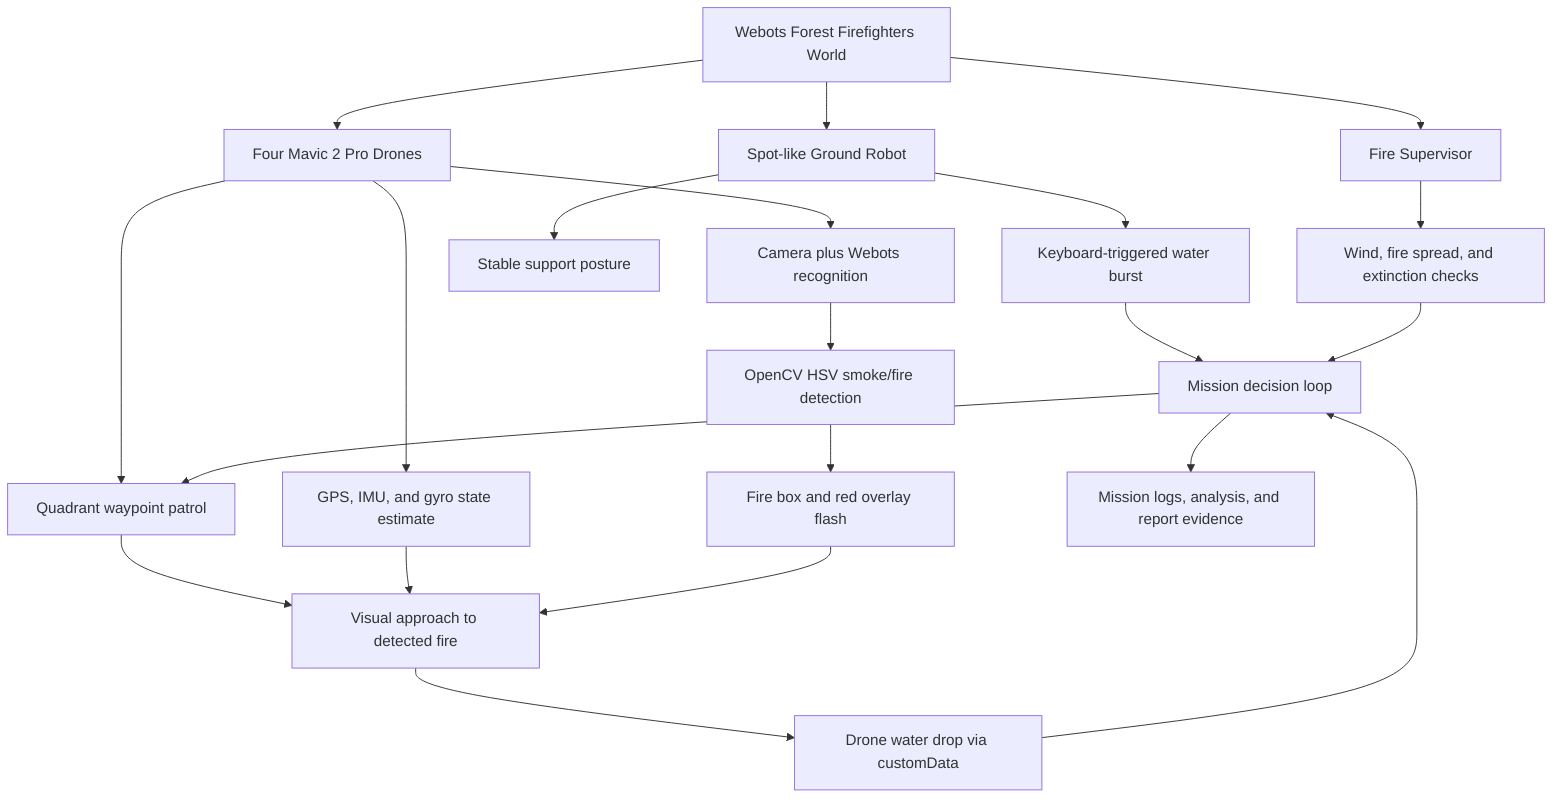
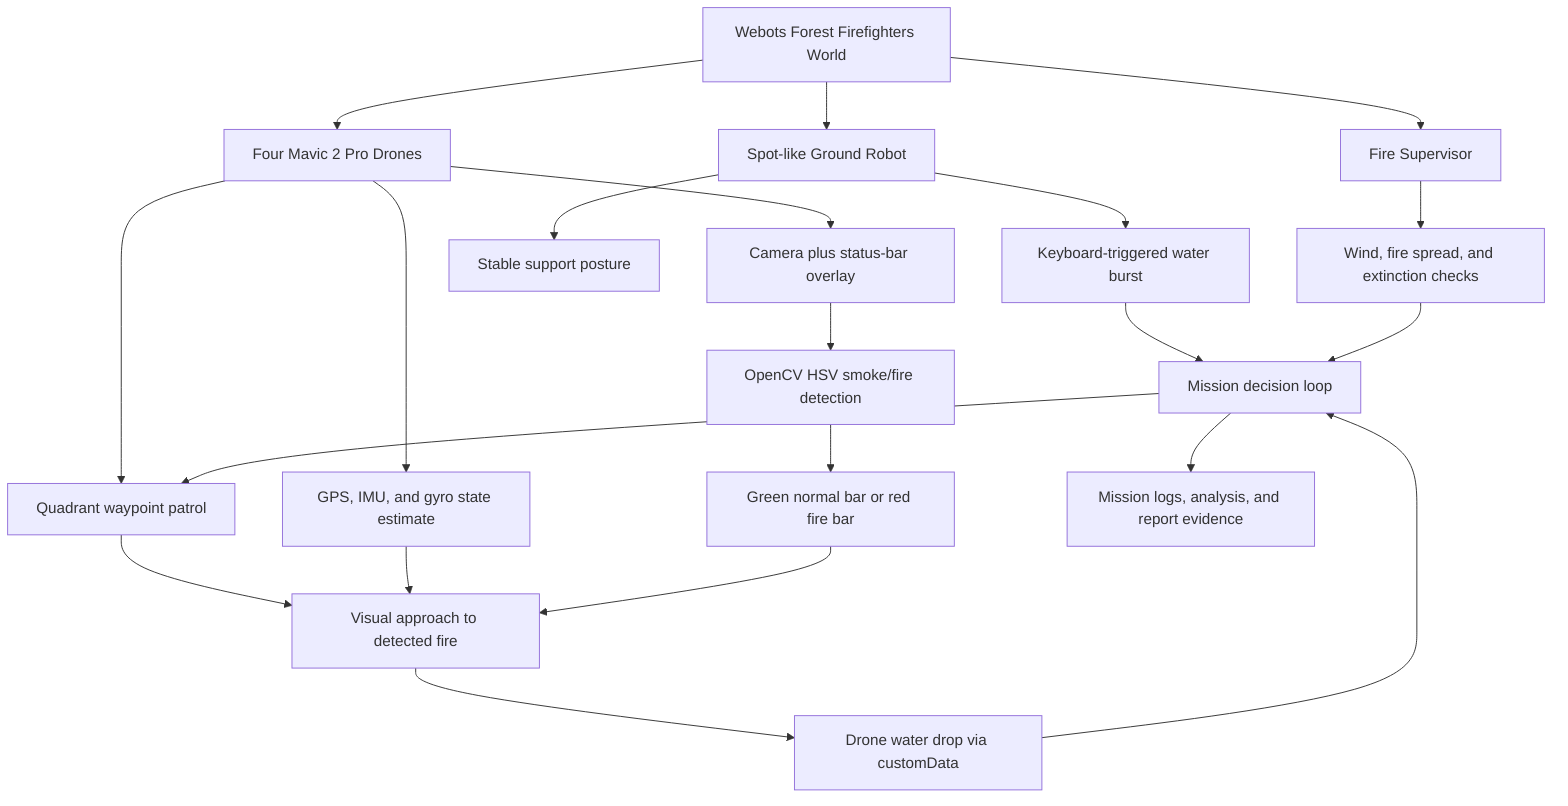
flowchart TD
    A[Webots Forest Firefighters World] --> B[Fire Supervisor]
    B --> B1[Wind, fire spread, and extinction checks]

    A --> C[Four Mavic 2 Pro Drones]
    A --> D[Spot-like Ground Robot]

    C --> C1[Quadrant waypoint patrol]
-     C --> C2[Camera plus Webots recognition]
+     C --> C2[Camera plus status-bar overlay]
    C --> C3[GPS, IMU, and gyro state estimate]
    C2 --> E[OpenCV HSV smoke/fire detection]
-     E --> E1[Fire box and red overlay flash]
+     E --> E1[Green normal bar or red fire bar]
    C1 --> F[Visual approach to detected fire]
    C3 --> F
    E1 --> F
    F --> G[Drone water drop via customData]

    D --> D1[Stable support posture]
    D --> D2[Keyboard-triggered water burst]

    G --> H[Mission decision loop]
    D2 --> H
    B1 --> H
    H --> C1
    H --> I[Mission logs, analysis, and report evidence]
